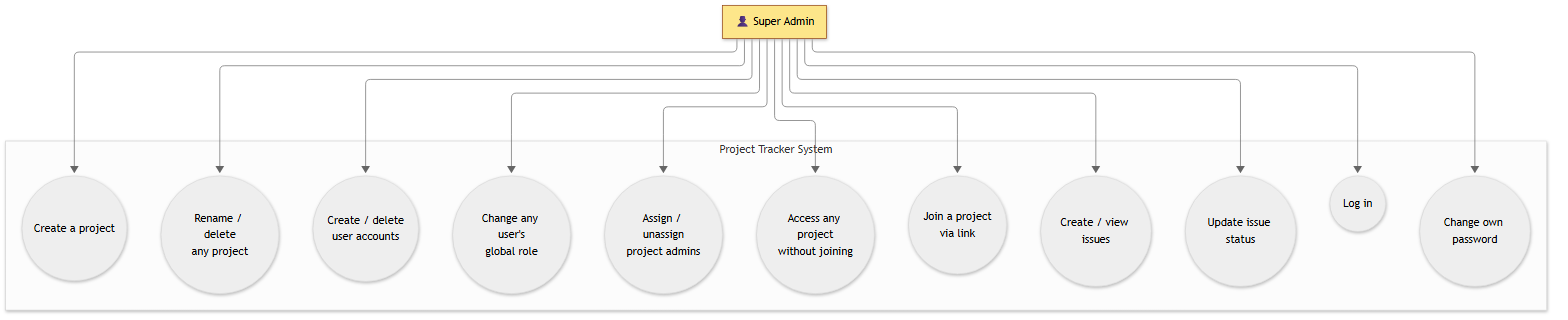
Above: docs/diagrams/usecase-superadmin.png in parutworkmail/Project-Tracker (Mermaid), before the change. Its source is kept beside it as docs/diagrams/usecase-superadmin.mmd. Its diagram source:
```mermaid
%%{init: {'theme': 'neutral'}}%%
flowchart TD
    SA["👤 Super Admin"]

    subgraph SYS["Project Tracker System"]
        direction TB
        UC1(("Create a project"))
        UC2(("Rename / delete<br/>any project"))
        UC3(("Create / delete<br/>user accounts"))
        UC4(("Change any user's<br/>global role"))
        UC5(("Assign / unassign<br/>project admins"))
        UC6(("Access any project<br/>without joining"))
        UC7(("Join a project<br/>via link"))
        UC8(("Create / view issues"))
        UC9(("Update issue status"))
        UC10(("Log in"))
        UC11(("Change own password"))
    end

    SA --> UC1 & UC2 & UC3 & UC4 & UC5 & UC6 & UC7 & UC8 & UC9 & UC10 & UC11

    style SA fill:#fde68a,stroke:#92400e
```
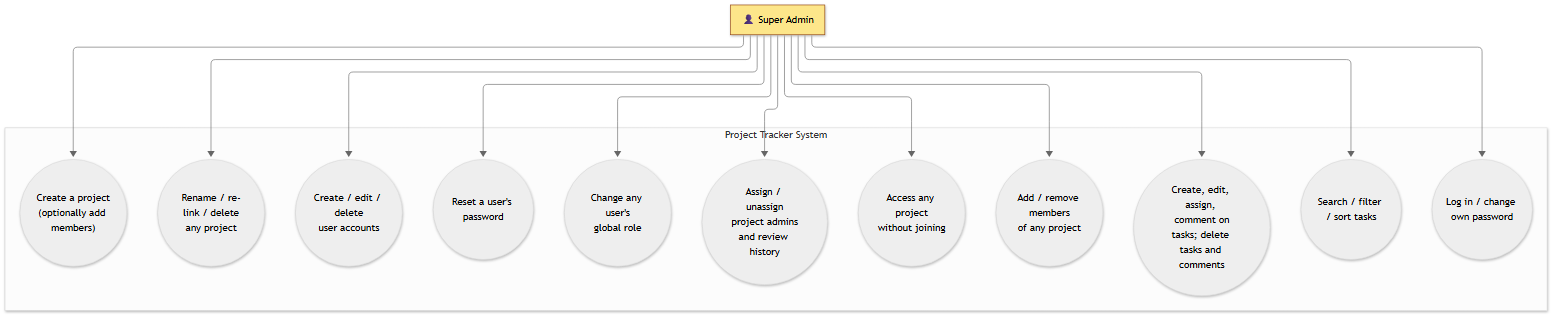
The same diagram one commit later.

The edit, as a diff of the source:
```diff
@@ -4,17 +4,17 @@
 
     subgraph SYS["Project Tracker System"]
         direction TB
-        UC1(("Create a project"))
-        UC2(("Rename / delete<br/>any project"))
-        UC3(("Create / delete<br/>user accounts"))
-        UC4(("Change any user's<br/>global role"))
-        UC5(("Assign / unassign<br/>project admins"))
-        UC6(("Access any project<br/>without joining"))
-        UC7(("Join a project<br/>via link"))
-        UC8(("Create / view issues"))
-        UC9(("Update issue status"))
-        UC10(("Log in"))
-        UC11(("Change own password"))
+        UC1(("Create a project<br/>(optionally add members)"))
+        UC2(("Rename / re-link / delete<br/>any project"))
+        UC3(("Create / edit / delete<br/>user accounts"))
+        UC4(("Reset a user's password"))
+        UC5(("Change any user's<br/>global role"))
+        UC6(("Assign / unassign<br/>project admins<br/>and review history"))
+        UC7(("Access any project<br/>without joining"))
+        UC8(("Add / remove members<br/>of any project"))
+        UC9(("Create, edit, assign, comment on<br/>tasks; delete tasks and comments"))
+        UC10(("Search / filter / sort tasks"))
+        UC11(("Log in / change own password"))
     end
 
     SA --> UC1 & UC2 & UC3 & UC4 & UC5 & UC6 & UC7 & UC8 & UC9 & UC10 & UC11
```
